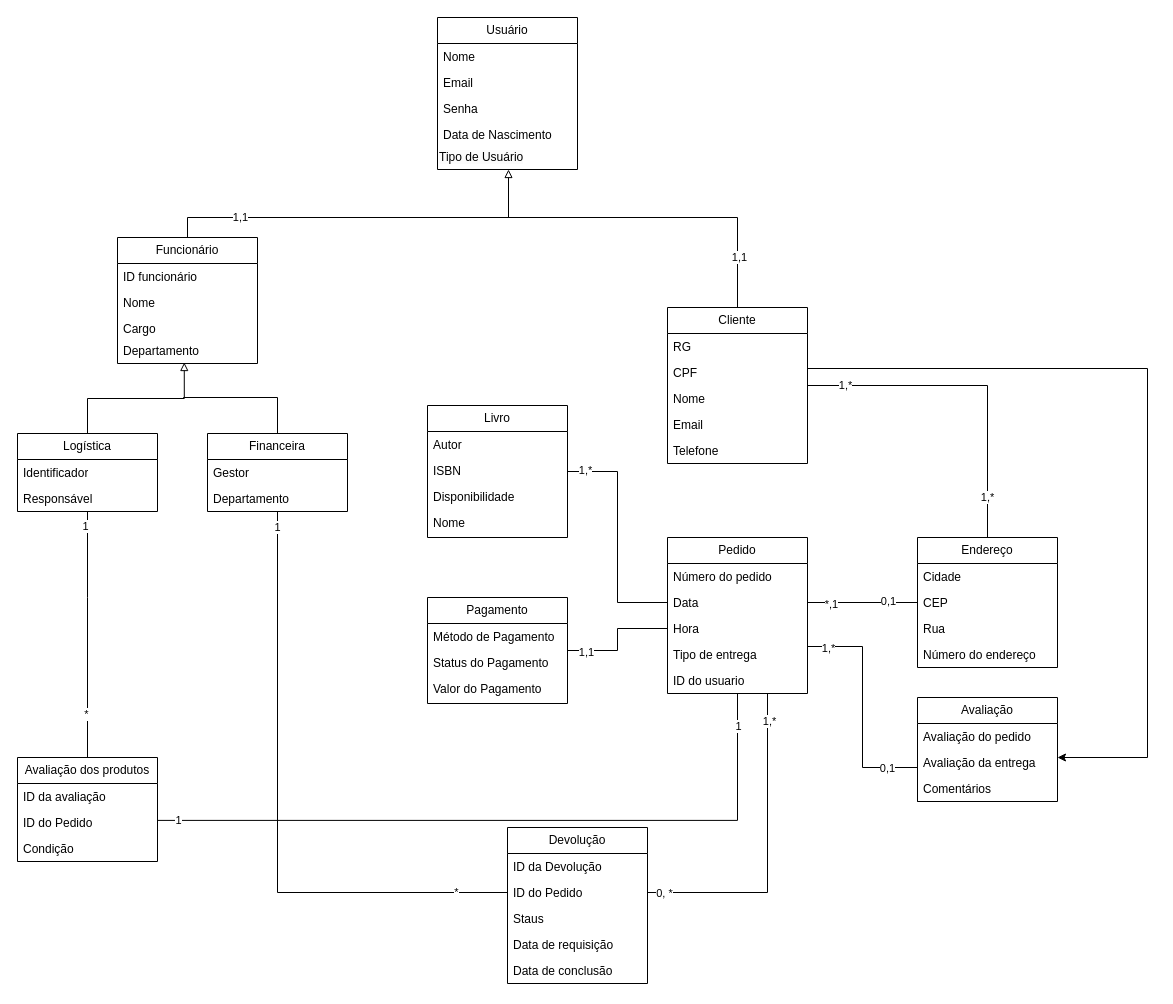
This is DIagrama de Dominio.drawio from igorvicente0712/livro_facil, a draw.io file, before an edit. Source tidied: cells renumbered, new cells numbered last; positions are measured from the earlier drawing's top-left corner, leaving out a move shared by most shapes. Both pictures are drawn from the tidied source at 100%, with x=0, y=0 at pixel (17, 17).
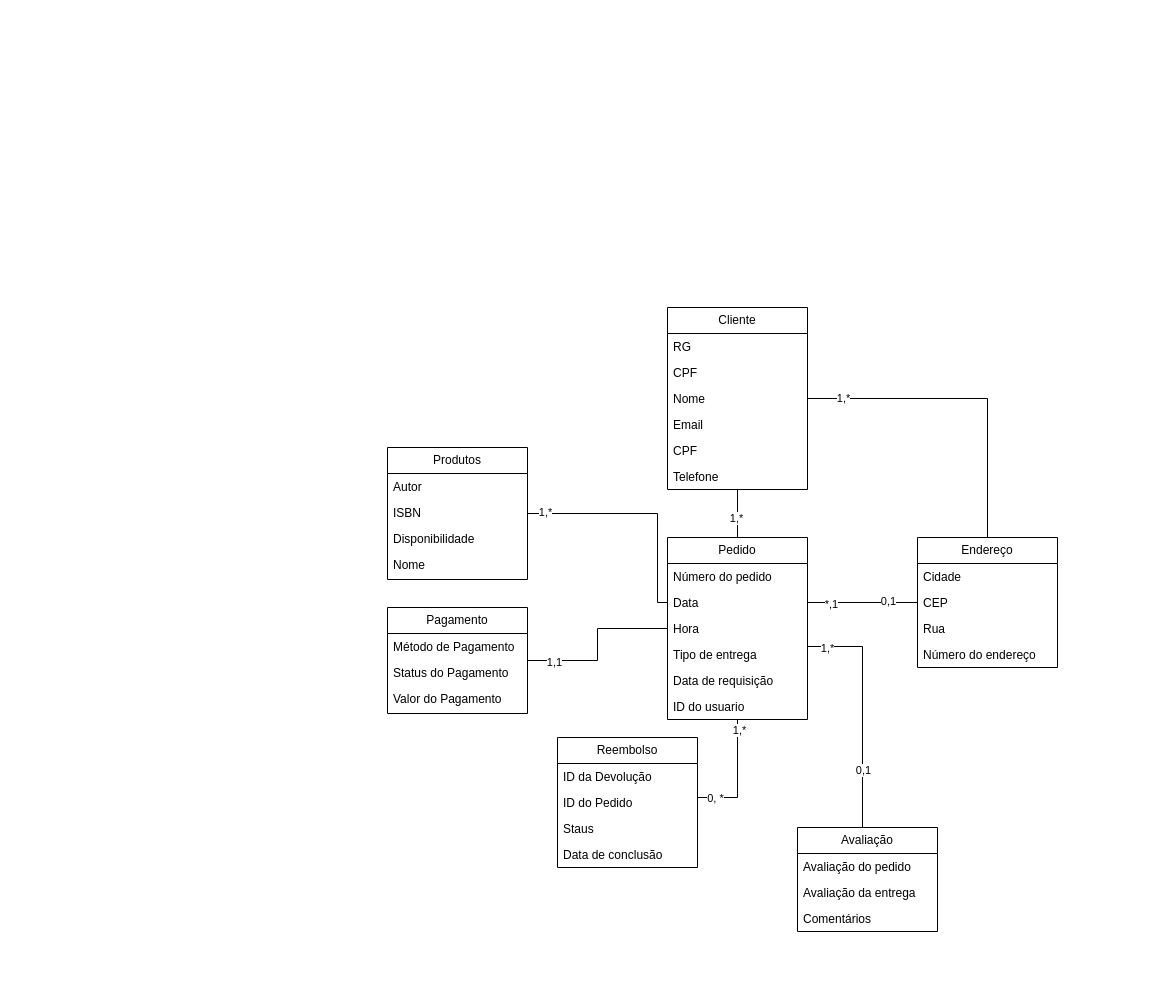
The same page after the edit.

What changed in the source:
```diff
@@
-    <mxCell id="2" value="Usuário" style="swimlane;fontStyle=0;horizontal=1;startSize=26;fillColor=none;whiteSpace=wrap;html=1;" parent="1" vertex="1">
-      <mxGeometry x="420" width="140" height="152" as="geometry" />
-    </mxCell>
-    <mxCell id="3" value="Nome" style="text;strokeColor=none;fillColor=none;align=left;verticalAlign=top;spacingLeft=4;spacingRight=4;overflow=hidden;whiteSpace=wrap;html=1;" parent="2" vertex="1">
-      <mxGeometry y="26" width="140" height="26" as="geometry" />
-    </mxCell>
-    <mxCell id="4" value="Email" style="text;strokeColor=none;fillColor=none;align=left;verticalAlign=top;spacingLeft=4;spacingRight=4;overflow=hidden;whiteSpace=wrap;html=1;" parent="2" vertex="1">
-      <mxGeometry y="52" width="140" height="26" as="geometry" />
-    </mxCell>
-    <mxCell id="5" value="Senha&lt;div&gt;&lt;br&gt;&lt;/div&gt;" style="text;strokeColor=none;fillColor=none;align=left;verticalAlign=top;spacingLeft=4;spacingRight=4;overflow=hidden;whiteSpace=wrap;html=1;" parent="2" vertex="1">
-      <mxGeometry y="78" width="140" height="26" as="geometry" />
-    </mxCell>
-    <mxCell id="6" value="Data de Nascimento&amp;nbsp;" style="text;strokeColor=none;fillColor=none;align=left;verticalAlign=top;spacingLeft=4;spacingRight=4;overflow=hidden;whiteSpace=wrap;html=1;" parent="2" vertex="1">
-      <mxGeometry y="104" width="140" height="22" as="geometry" />
-    </mxCell>
-    <mxCell id="7" value="&lt;span style=&quot;color: rgb(0, 0, 0); font-family: Helvetica; font-size: 12px; font-style: normal; font-variant-ligatures: normal; font-variant-caps: normal; font-weight: 400; letter-spacing: normal; orphans: 2; text-align: left; text-indent: 0px; text-transform: none; widows: 2; word-spacing: 0px; -webkit-text-stroke-width: 0px; white-space: normal; background-color: rgb(251, 251, 251); text-decoration-thickness: initial; text-decoration-style: initial; text-decoration-color: initial; display: inline !important; float: none;&quot;&gt;Tipo de Usuário&lt;/span&gt;" style="text;whiteSpace=wrap;html=1;" parent="2" vertex="1">
-      <mxGeometry y="126" width="140" height="26" as="geometry" />
-    </mxCell>
     <mxCell id="8" value="Pedido" style="swimlane;fontStyle=0;horizontal=1;startSize=26;fillColor=none;whiteSpace=wrap;html=1;" parent="1" vertex="1">
-      <mxGeometry x="650" y="520" width="140" height="156" as="geometry" />
+      <mxGeometry x="650" y="520" width="140" height="182" as="geometry" />
     </mxCell>
@@
+    <mxCell id="78" value="Data de requisição&amp;nbsp;" style="text;strokeColor=none;fillColor=none;align=left;verticalAlign=top;spacingLeft=4;spacingRight=4;overflow=hidden;whiteSpace=wrap;html=1;" parent="8" vertex="1">
+      <mxGeometry y="130" width="140" height="26" as="geometry" />
+    </mxCell>
     <mxCell id="13" value="ID do usuario" style="text;strokeColor=none;fillColor=none;align=left;verticalAlign=top;spacingLeft=4;spacingRight=4;overflow=hidden;points=[[0,0.5],[1,0.5]];portConstraint=eastwest;whiteSpace=wrap;html=1;" parent="8" vertex="1">
-      <mxGeometry y="130" width="140" height="26" as="geometry" />
+      <mxGeometry y="156" width="140" height="26" as="geometry" />
     </mxCell>
@@
     <mxCell id="19" value="Avaliação" style="swimlane;fontStyle=0;horizontal=1;startSize=26;fillColor=none;whiteSpace=wrap;html=1;" parent="1" vertex="1">
-      <mxGeometry x="900" y="680" width="140" height="104" as="geometry" />
+      <mxGeometry x="780" y="810" width="140" height="104" as="geometry" />
     </mxCell>
@@
     <mxCell id="23" style="edgeStyle=orthogonalEdgeStyle;rounded=0;jettySize=auto;html=1;endArrow=none;endFill=0;" parent="1" edge="1" source="25">
       <mxGeometry relative="1" as="geometry">
         <mxPoint x="650" y="585" as="targetPoint" />
         <Array as="points">
-          <mxPoint x="600" y="454" />
-          <mxPoint x="600" y="585" />
+          <mxPoint x="640" y="496" />
+          <mxPoint x="640" y="585" />
         </Array>
       </mxGeometry>
     </mxCell>
@@
-    <mxCell id="25" value="Livro" style="swimlane;fontStyle=0;horizontal=1;startSize=26;fillColor=none;whiteSpace=wrap;html=1;" parent="1" vertex="1">
-      <mxGeometry x="410" y="388" width="140" height="132" as="geometry" />
+    <mxCell id="25" value="Produtos" style="swimlane;fontStyle=0;horizontal=1;startSize=26;fillColor=none;whiteSpace=wrap;html=1;" parent="1" vertex="1">
+      <mxGeometry x="370" y="430" width="140" height="132" as="geometry" />
     </mxCell>
@@
-    <mxCell id="34" style="edgeStyle=orthogonalEdgeStyle;rounded=0;orthogonalLoop=1;jettySize=auto;html=1;entryX=0;entryY=0.5;entryDx=0;entryDy=0;exitX=1;exitY=0.5;exitDx=0;exitDy=0;endArrow=none;endFill=0;" parent="1" edge="1">
+    <mxCell id="34" style="edgeStyle=orthogonalEdgeStyle;rounded=0;jettySize=auto;html=1;exitX=1;exitY=0.5;exitDx=0;exitDy=0;endArrow=none;endFill=0;" parent="1" edge="1" target="19">
       <mxGeometry relative="1" as="geometry">
         <mxPoint x="790" y="624" as="sourcePoint" />
-        <mxPoint x="900" y="784" as="targetPoint" />
         <Array as="points">
           <mxPoint x="790" y="629" />
           <mxPoint x="845" y="629" />
-          <mxPoint x="845" y="750" />
-          <mxPoint x="900" y="750" />
         </Array>
       </mxGeometry>
     </mxCell>
@@
-    <mxCell id="37" style="edgeStyle=orthogonalEdgeStyle;rounded=0;jettySize=auto;html=1;endArrow=block;endFill=0;" parent="1" edge="1" source="39" target="2">
-      <mxGeometry relative="1" as="geometry">
-        <Array as="points">
-          <mxPoint x="170" y="200" />
-          <mxPoint x="491" y="200" />
-        </Array>
-      </mxGeometry>
-    </mxCell>
-    <mxCell id="38" value="1,1" style="edgeLabel;html=1;align=center;verticalAlign=middle;" parent="37" vertex="1">
-      <mxGeometry x="-0.63" y="1" relative="1" as="geometry" />
-    </mxCell>
-    <mxCell id="39" value="Funcionário" style="swimlane;fontStyle=0;horizontal=1;startSize=26;fillColor=none;whiteSpace=wrap;html=1;" parent="1" vertex="1">
-      <mxGeometry x="100" y="220" width="140" height="126" as="geometry" />
-    </mxCell>
-    <mxCell id="40" value="ID funcionário" style="text;strokeColor=none;fillColor=none;align=left;verticalAlign=top;spacingLeft=4;spacingRight=4;overflow=hidden;whiteSpace=wrap;html=1;" parent="39" vertex="1">
-      <mxGeometry y="26" width="140" height="26" as="geometry" />
-    </mxCell>
-    <mxCell id="41" value="Nome" style="text;strokeColor=none;fillColor=none;align=left;verticalAlign=top;spacingLeft=4;spacingRight=4;overflow=hidden;whiteSpace=wrap;html=1;" parent="39" vertex="1">
-      <mxGeometry y="52" width="140" height="26" as="geometry" />
-    </mxCell>
-    <mxCell id="42" value="Cargo" style="text;strokeColor=none;fillColor=none;align=left;verticalAlign=top;spacingLeft=4;spacingRight=4;overflow=hidden;whiteSpace=wrap;html=1;" parent="39" vertex="1">
-      <mxGeometry y="78" width="140" height="22" as="geometry" />
-    </mxCell>
-    <mxCell id="43" value="Departamento" style="text;strokeColor=none;fillColor=none;align=left;verticalAlign=top;spacingLeft=4;spacingRight=4;overflow=hidden;points=[[0,0.5],[1,0.5]];portConstraint=eastwest;whiteSpace=wrap;html=1;" parent="39" vertex="1">
-      <mxGeometry y="100" width="140" height="26" as="geometry" />
-    </mxCell>
-    <mxCell id="44" value="Logística" style="swimlane;fontStyle=0;horizontal=1;startSize=26;fillColor=none;whiteSpace=wrap;html=1;" parent="1" vertex="1">
-      <mxGeometry y="416" width="140" height="78" as="geometry" />
-    </mxCell>
-    <mxCell id="45" value="Identificador" style="text;strokeColor=none;fillColor=none;align=left;verticalAlign=top;spacingLeft=4;spacingRight=4;overflow=hidden;whiteSpace=wrap;html=1;" parent="44" vertex="1">
-      <mxGeometry y="26" width="140" height="26" as="geometry" />
-    </mxCell>
-    <mxCell id="46" value="Responsável" style="text;strokeColor=none;fillColor=none;align=left;verticalAlign=top;spacingLeft=4;spacingRight=4;overflow=hidden;points=[[0,0.5],[1,0.5]];portConstraint=eastwest;whiteSpace=wrap;html=1;" parent="44" vertex="1">
-      <mxGeometry y="52" width="140" height="26" as="geometry" />
-    </mxCell>
-    <mxCell id="47" value="Financeira" style="swimlane;fontStyle=0;horizontal=1;startSize=26;fillColor=none;whiteSpace=wrap;html=1;" parent="1" vertex="1">
-      <mxGeometry x="190" y="416" width="140" height="78" as="geometry" />
-    </mxCell>
-    <mxCell id="48" value="Gestor" style="text;strokeColor=none;fillColor=none;align=left;verticalAlign=top;spacingLeft=4;spacingRight=4;overflow=hidden;whiteSpace=wrap;html=1;" parent="47" vertex="1">
-      <mxGeometry y="26" width="140" height="26" as="geometry" />
-    </mxCell>
-    <mxCell id="49" value="Departamento" style="text;strokeColor=none;fillColor=none;align=left;verticalAlign=top;spacingLeft=4;spacingRight=4;overflow=hidden;whiteSpace=wrap;html=1;" parent="47" vertex="1">
-      <mxGeometry y="52" width="140" height="26" as="geometry" />
-    </mxCell>
-    <mxCell id="50" style="edgeStyle=orthogonalEdgeStyle;rounded=0;jettySize=auto;html=1;endArrow=none;endFill=0;" parent="1" edge="1" source="54">
-      <mxGeometry relative="1" as="geometry">
-        <mxPoint x="490" y="200" as="targetPoint" />
-        <Array as="points">
-          <mxPoint x="720" y="200" />
-        </Array>
-      </mxGeometry>
-    </mxCell>
-    <mxCell id="51" value="1,1" style="edgeLabel;html=1;align=center;verticalAlign=middle;" parent="50" vertex="1">
-      <mxGeometry x="-0.68" y="-1" relative="1" as="geometry" />
-    </mxCell>
@@
+    <mxCell id="93" style="edgeStyle=orthogonalEdgeStyle;rounded=0;jettySize=auto;html=1;entryX=0.5;entryY=0;entryDx=0;entryDy=0;endArrow=none;endFill=0;" parent="1" edge="1" source="54" target="8">
+      <mxGeometry relative="1" as="geometry" />
+    </mxCell>
+    <mxCell id="61" value="1,*" style="edgeLabel;html=1;align=center;verticalAlign=middle;" parent="93" vertex="1">
+      <mxGeometry x="0.14" y="-2" relative="1" as="geometry">
+        <mxPoint y="1" as="offset" />
+      </mxGeometry>
+    </mxCell>
     <mxCell id="54" value="Cliente" style="swimlane;fontStyle=0;horizontal=1;startSize=26;fillColor=none;whiteSpace=wrap;html=1;" parent="1" vertex="1">
-      <mxGeometry x="650" y="290" width="140" height="156" as="geometry" />
+      <mxGeometry x="650" y="290" width="140" height="182" as="geometry" />
     </mxCell>
@@
+    <mxCell id="94" value="CPF" style="text;strokeColor=none;fillColor=none;align=left;verticalAlign=top;spacingLeft=4;spacingRight=4;overflow=hidden;whiteSpace=wrap;html=1;" parent="54" vertex="1">
+      <mxGeometry y="130" width="140" height="26" as="geometry" />
+    </mxCell>
     <mxCell id="59" value="Telefone" style="text;strokeColor=none;fillColor=none;align=left;verticalAlign=top;spacingLeft=4;spacingRight=4;overflow=hidden;whiteSpace=wrap;html=1;" parent="54" vertex="1">
-      <mxGeometry y="130" width="140" height="26" as="geometry" />
+      <mxGeometry y="156" width="140" height="26" as="geometry" />
     </mxCell>
-    <mxCell id="60" style="edgeStyle=orthogonalEdgeStyle;rounded=0;jettySize=auto;html=1;" parent="1" edge="1" source="54" target="19">
-      <mxGeometry relative="1" as="geometry">
-        <Array as="points">
-          <mxPoint x="1130" y="351" />
-          <mxPoint x="1130" y="740" />
-        </Array>
-      </mxGeometry>
-    </mxCell>
-    <mxCell id="61" value="1,*" style="edgeLabel;html=1;align=center;verticalAlign=middle;" parent="60" vertex="1">
-      <mxGeometry x="-0.9" y="-4" relative="1" as="geometry">
-        <mxPoint x="138" y="124" as="offset" />
-      </mxGeometry>
-    </mxCell>
-    <mxCell id="62" value="Avaliação dos produtos" style="swimlane;fontStyle=0;horizontal=1;startSize=26;fillColor=none;whiteSpace=wrap;html=1;" parent="1" vertex="1">
-      <mxGeometry y="740" width="140" height="104" as="geometry" />
-    </mxCell>
-    <mxCell id="63" value="ID da avaliação" style="text;strokeColor=none;fillColor=none;align=left;verticalAlign=top;spacingLeft=4;spacingRight=4;overflow=hidden;whiteSpace=wrap;html=1;" parent="62" vertex="1">
-      <mxGeometry y="26" width="140" height="26" as="geometry" />
-    </mxCell>
-    <mxCell id="64" value="ID do Pedido" style="text;strokeColor=none;fillColor=none;align=left;verticalAlign=top;spacingLeft=4;spacingRight=4;overflow=hidden;whiteSpace=wrap;html=1;" parent="62" vertex="1">
-      <mxGeometry y="52" width="140" height="26" as="geometry" />
-    </mxCell>
-    <mxCell id="65" value="Condição" style="text;strokeColor=none;fillColor=none;align=left;verticalAlign=top;spacingLeft=4;spacingRight=4;overflow=hidden;whiteSpace=wrap;html=1;" parent="62" vertex="1">
-      <mxGeometry y="78" width="140" height="26" as="geometry" />
-    </mxCell>
-    <mxCell id="66" style="edgeStyle=orthogonalEdgeStyle;rounded=0;jettySize=auto;html=1;entryX=1.007;entryY=0.111;entryDx=0;entryDy=0;entryPerimeter=0;endArrow=none;endFill=0;" parent="1" edge="1" source="8">
-      <mxGeometry relative="1" as="geometry">
-        <mxPoint x="140" y="802.9" as="targetPoint" />
-        <Array as="points">
-          <mxPoint x="720" y="803" />
-        </Array>
-      </mxGeometry>
-    </mxCell>
-    <mxCell id="67" value="1" style="edgeLabel;html=1;align=center;verticalAlign=middle;" parent="66" vertex="1">
-      <mxGeometry x="-0.91" relative="1" as="geometry" />
-    </mxCell>
-    <mxCell id="68" value="1" style="edgeLabel;html=1;align=center;verticalAlign=middle;" parent="66" vertex="1">
-      <mxGeometry x="0.94" relative="1" as="geometry" />
-    </mxCell>
-    <mxCell id="69" style="edgeStyle=orthogonalEdgeStyle;rounded=0;jettySize=auto;html=1;entryX=0.5;entryY=0;entryDx=0;entryDy=0;endArrow=none;endFill=0;" parent="1" edge="1" source="46" target="62">
-      <mxGeometry relative="1" as="geometry">
-        <Array as="points">
-          <mxPoint x="70" y="580" />
-          <mxPoint x="70" y="580" />
-        </Array>
-      </mxGeometry>
-    </mxCell>
-    <mxCell id="70" value="1" style="edgeLabel;html=1;align=center;verticalAlign=middle;" parent="69" vertex="1">
-      <mxGeometry x="-0.88" y="-3" relative="1" as="geometry">
-        <mxPoint y="-1" as="offset" />
-      </mxGeometry>
-    </mxCell>
-    <mxCell id="71" value="*" style="edgeLabel;html=1;align=center;verticalAlign=middle;" parent="69" vertex="1">
-      <mxGeometry x="0.64" y="-2" relative="1" as="geometry" />
-    </mxCell>
-    <mxCell id="72" style="edgeStyle=orthogonalEdgeStyle;rounded=0;jettySize=auto;html=1;entryX=0.477;entryY=0.962;entryDx=0;entryDy=0;entryPerimeter=0;endArrow=block;endFill=0;strokeColor=#000000;" parent="1" edge="1" source="44" target="43">
-      <mxGeometry relative="1" as="geometry" />
-    </mxCell>
-    <mxCell id="73" style="edgeStyle=orthogonalEdgeStyle;rounded=0;jettySize=auto;html=1;endArrow=none;endFill=0;" parent="1" edge="1" source="47">
-      <mxGeometry relative="1" as="geometry">
-        <mxPoint x="170" y="380" as="targetPoint" />
-        <Array as="points">
-          <mxPoint x="260" y="380" />
-          <mxPoint x="166" y="380" />
-        </Array>
-      </mxGeometry>
-    </mxCell>
-    <mxCell id="74" value="Devolução" style="swimlane;fontStyle=0;horizontal=1;startSize=26;fillColor=none;whiteSpace=wrap;html=1;" parent="1" vertex="1">
-      <mxGeometry x="490" y="810" width="140" height="156" as="geometry" />
+    <mxCell id="74" value="Reembolso" style="swimlane;fontStyle=0;horizontal=1;startSize=26;fillColor=none;whiteSpace=wrap;html=1;" parent="1" vertex="1">
+      <mxGeometry x="540" y="720" width="140" height="130" as="geometry" />
     </mxCell>
@@
-    <mxCell id="78" value="Data de requisição&amp;nbsp;" style="text;strokeColor=none;fillColor=none;align=left;verticalAlign=top;spacingLeft=4;spacingRight=4;overflow=hidden;whiteSpace=wrap;html=1;" parent="74" vertex="1">
-      <mxGeometry y="104" width="140" height="26" as="geometry" />
-    </mxCell>
     <mxCell id="79" value="Data de conclusão" style="text;strokeColor=none;fillColor=none;align=left;verticalAlign=top;spacingLeft=4;spacingRight=4;overflow=hidden;whiteSpace=wrap;html=1;" parent="74" vertex="1">
-      <mxGeometry y="130" width="140" height="26" as="geometry" />
+      <mxGeometry y="104" width="140" height="26" as="geometry" />
     </mxCell>
-    <mxCell id="80" style="edgeStyle=orthogonalEdgeStyle;rounded=0;jettySize=auto;html=1;endArrow=none;endFill=0;" parent="1" edge="1" source="47" target="74">
-      <mxGeometry relative="1" as="geometry">
-        <Array as="points">
-          <mxPoint x="260" y="875" />
-        </Array>
-      </mxGeometry>
-    </mxCell>
-    <mxCell id="81" value="1" style="edgeLabel;html=1;align=center;verticalAlign=middle;" parent="80" vertex="1">
-      <mxGeometry x="-0.95" y="-1" relative="1" as="geometry" />
-    </mxCell>
-    <mxCell id="82" value="*" style="edgeLabel;html=1;align=center;verticalAlign=middle;" parent="80" vertex="1">
-      <mxGeometry x="0.83" y="1" relative="1" as="geometry" />
-    </mxCell>
     <mxCell id="83" style="edgeStyle=orthogonalEdgeStyle;rounded=0;jettySize=auto;html=1;endArrow=none;endFill=0;" parent="1" edge="1" source="13" target="74">
       <mxGeometry relative="1" as="geometry">
         <Array as="points">
-          <mxPoint x="750" y="875" />
+          <mxPoint x="720" y="780" />
         </Array>
       </mxGeometry>
     </mxCell>
@@
     <mxCell id="85" value="0, *" style="edgeLabel;html=1;align=center;verticalAlign=middle;" parent="83" vertex="1">
-      <mxGeometry x="0.9" relative="1" as="geometry" />
+      <mxGeometry x="0.9" relative="1" as="geometry">
+        <mxPoint x="11" as="offset" />
+      </mxGeometry>
     </mxCell>
     <mxCell id="86" value="Pagamento" style="swimlane;fontStyle=0;horizontal=1;startSize=26;fillColor=none;whiteSpace=wrap;html=1;" parent="1" vertex="1">
-      <mxGeometry x="410" y="580" width="140" height="106" as="geometry" />
+      <mxGeometry x="370" y="590" width="140" height="106" as="geometry" />
     </mxCell>
```
